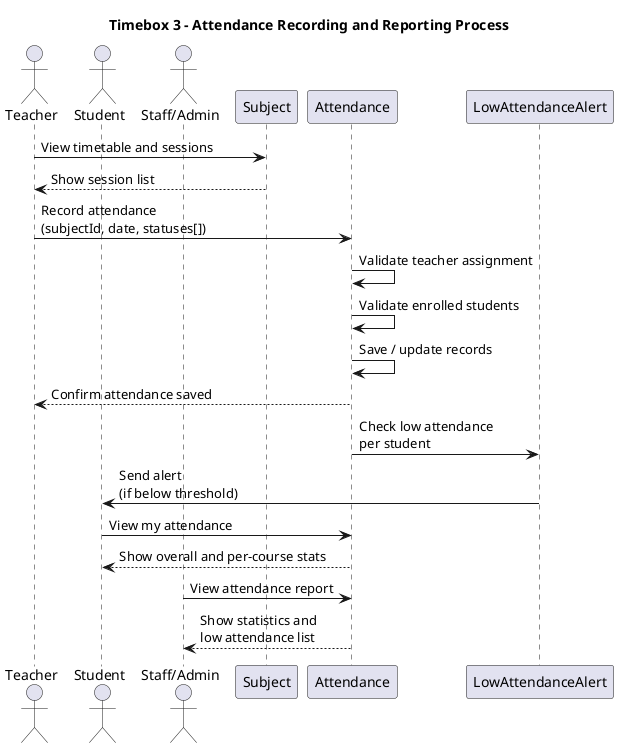
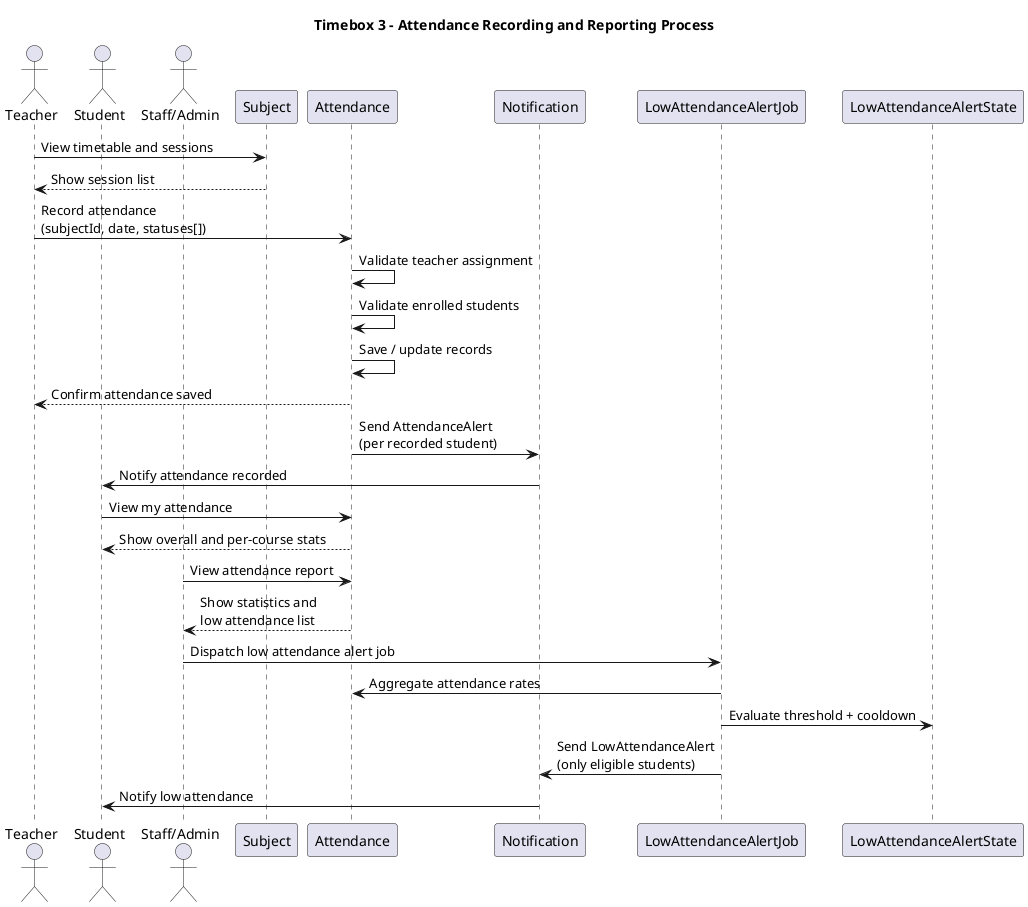
@startuml
title Timebox 3 - Attendance Recording and Reporting Process

actor Teacher
actor Student
actor Staff as "Staff/Admin"

participant "Subject" as Subject
participant "Attendance" as Attendance
- participant "LowAttendanceAlert" as Alert
+ participant "Notification" as Notification
+ participant "LowAttendanceAlertJob" as AlertJob
+ participant "LowAttendanceAlertState" as AlertState

Teacher -> Subject: View timetable and sessions
Subject --> Teacher: Show session list

Teacher -> Attendance: Record attendance\n(subjectId, date, statuses[])
Attendance -> Attendance: Validate teacher assignment
Attendance -> Attendance: Validate enrolled students
Attendance -> Attendance: Save / update records
Attendance --> Teacher: Confirm attendance saved

- Attendance -> Alert: Check low attendance\nper student
- Alert -> Student: Send alert\n(if below threshold)
+ Attendance -> Notification: Send AttendanceAlert\n(per recorded student)
+ Notification -> Student: Notify attendance recorded

Student -> Attendance: View my attendance
Attendance --> Student: Show overall and per-course stats

Staff -> Attendance: View attendance report
Attendance --> Staff: Show statistics and\nlow attendance list

- @enduml+ Staff -> AlertJob: Dispatch low attendance alert job
+ AlertJob -> Attendance: Aggregate attendance rates
+ AlertJob -> AlertState: Evaluate threshold + cooldown
+ AlertJob -> Notification: Send LowAttendanceAlert\n(only eligible students)
+ Notification -> Student: Notify low attendance
+ 
+ @enduml
